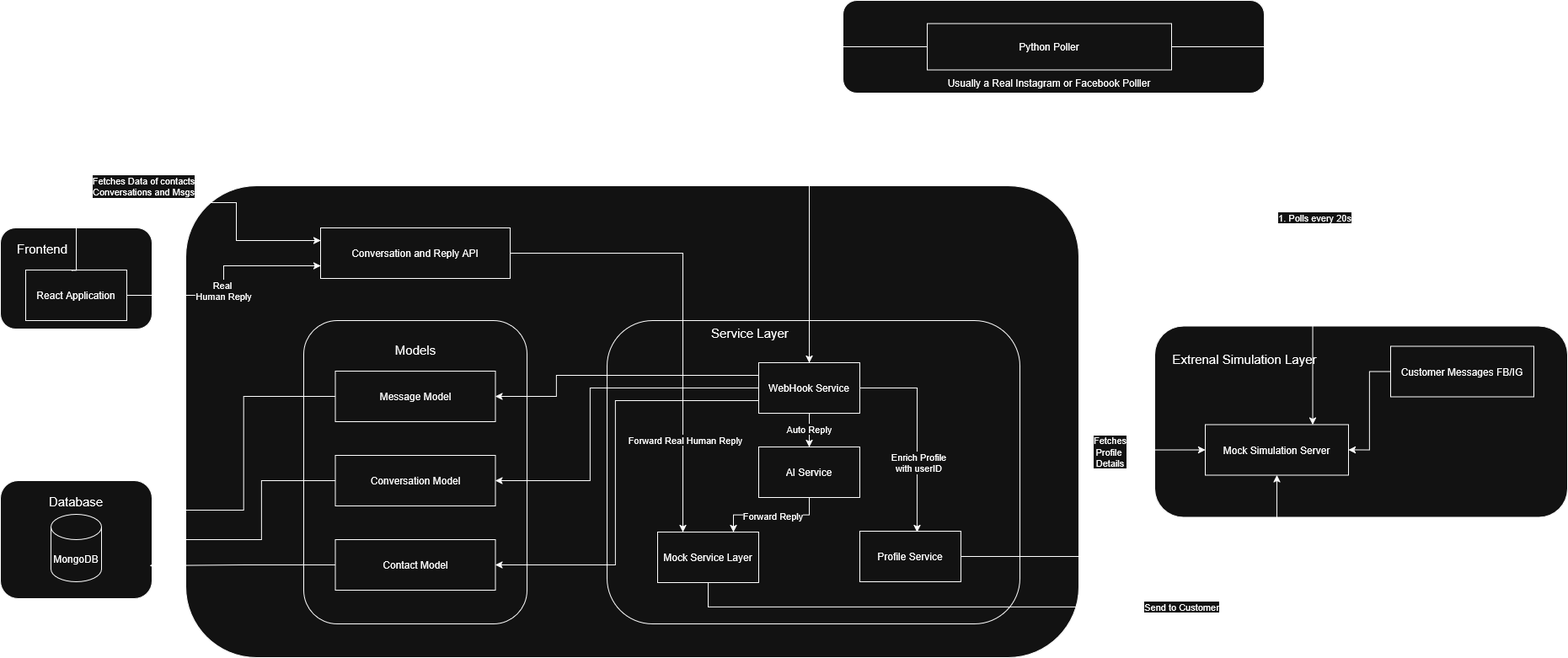
Above: docs/architecture.png in Praveen-kumar-Reddy-Idamakanti/Simple-CRM-Inbox (draw.io), before the change. Source tidied: cells renumbered, new cells last; positions are measured from the earlier drawing's top-left corner, leaving out a move shared by most shapes. Its diagram source:
```xml
<mxGraphModel>
  <root>
    <mxCell id="0" />
    <mxCell id="1" parent="0" />
    <mxCell id="2" style="group;fontSize=15;" parent="1" vertex="1">
      <mxGeometry y="270" width="180" height="120" as="geometry" />
    </mxCell>
    <mxCell id="3" style="rounded=1;whiteSpace=wrap;html=1;" parent="2" vertex="1">
      <mxGeometry width="180" height="120" as="geometry" />
    </mxCell>
    <mxCell id="4" value="&lt;div&gt;React Application&lt;/div&gt;" style="rounded=0;whiteSpace=wrap;html=1;" parent="2" vertex="1">
      <mxGeometry x="30" y="50" width="120" height="60" as="geometry" />
    </mxCell>
    <mxCell id="5" value="Frontend" style="text;html=1;whiteSpace=wrap;strokeColor=none;fillColor=none;align=center;verticalAlign=middle;rounded=0;fontSize=15;" parent="2" vertex="1">
      <mxGeometry x="20" y="10" width="60" height="30" as="geometry" />
    </mxCell>
    <mxCell id="6" style="group;" parent="1" vertex="1">
      <mxGeometry y="570" width="180" height="140" as="geometry" />
    </mxCell>
    <mxCell id="7" style="rounded=1;whiteSpace=wrap;html=1;" parent="6" vertex="1">
      <mxGeometry width="180" height="140" as="geometry" />
    </mxCell>
    <mxCell id="8" value="MongoDB" style="shape=cylinder3;whiteSpace=wrap;html=1;boundedLbl=1;backgroundOutline=1;size=15;" parent="6" vertex="1">
      <mxGeometry x="60" y="40" width="60" height="80" as="geometry" />
    </mxCell>
    <mxCell id="9" value="&lt;div&gt;Database&lt;/div&gt;" style="text;html=1;whiteSpace=wrap;strokeColor=none;fillColor=none;align=center;verticalAlign=middle;rounded=0;fontSize=15;" parent="6" vertex="1">
      <mxGeometry x="60" y="10" width="60" height="30" as="geometry" />
    </mxCell>
    <mxCell id="10" style="rounded=1;whiteSpace=wrap;html=1;" parent="1" vertex="1">
      <mxGeometry x="220" y="220" width="1060" height="560" as="geometry" />
    </mxCell>
    <mxCell id="11" style="group;fontSize=16;" parent="1" vertex="1">
      <mxGeometry x="360" y="380" width="265" height="360" as="geometry" />
    </mxCell>
    <mxCell id="12" style="rounded=1;whiteSpace=wrap;html=1;" parent="11" vertex="1">
      <mxGeometry width="265" height="360" as="geometry" />
    </mxCell>
    <mxCell id="13" value="Message Model" style="rounded=0;whiteSpace=wrap;html=1;" parent="11" vertex="1">
      <mxGeometry x="37.5" y="60" width="190" height="60" as="geometry" />
    </mxCell>
    <mxCell id="14" value="Conversation Model" style="rounded=0;whiteSpace=wrap;html=1;" parent="11" vertex="1">
      <mxGeometry x="37.5" y="160" width="190" height="60" as="geometry" />
    </mxCell>
    <mxCell id="15" value="Contact Model" style="rounded=0;whiteSpace=wrap;html=1;" parent="11" vertex="1">
      <mxGeometry x="37.5" y="260" width="190" height="60" as="geometry" />
    </mxCell>
    <mxCell id="16" value="Models" style="text;html=1;whiteSpace=wrap;strokeColor=none;fillColor=none;align=center;verticalAlign=middle;rounded=0;fontSize=15;" parent="11" vertex="1">
      <mxGeometry x="102.5" y="20" width="60" height="30" as="geometry" />
    </mxCell>
    <mxCell id="17" value="Conversation and Reply API" style="rounded=0;whiteSpace=wrap;html=1;" parent="1" vertex="1">
      <mxGeometry x="380" y="270" width="225" height="60" as="geometry" />
    </mxCell>
    <mxCell id="18" style="rounded=1;whiteSpace=wrap;html=1;" parent="1" vertex="1">
      <mxGeometry x="720" y="380" width="490" height="360" as="geometry" />
    </mxCell>
    <mxCell id="19" style="edgeStyle=orthogonalEdgeStyle;rounded=0;jettySize=auto;html=1;entryX=0.5;entryY=0;entryDx=0;entryDy=0;" parent="1" edge="1" source="24" target="28">
      <mxGeometry relative="1" as="geometry" />
    </mxCell>
    <mxCell id="20" value="Auto Reply" style="edgeLabel;html=1;align=center;verticalAlign=middle;" parent="19" vertex="1">
      <mxGeometry x="-0.08" y="-1" relative="1" as="geometry" />
    </mxCell>
    <mxCell id="21" style="edgeStyle=orthogonalEdgeStyle;rounded=0;jettySize=auto;html=1;exitX=0;exitY=0.25;exitDx=0;exitDy=0;entryX=1;entryY=0.5;entryDx=0;entryDy=0;" parent="1" edge="1" source="24" target="13">
      <mxGeometry relative="1" as="geometry">
        <Array as="points">
          <mxPoint x="660" y="445" />
          <mxPoint x="660" y="470" />
        </Array>
      </mxGeometry>
    </mxCell>
    <mxCell id="22" style="edgeStyle=orthogonalEdgeStyle;rounded=0;jettySize=auto;html=1;entryX=1;entryY=0.5;entryDx=0;entryDy=0;" parent="1" edge="1" source="24" target="14">
      <mxGeometry relative="1" as="geometry">
        <Array as="points">
          <mxPoint x="700" y="460" />
          <mxPoint x="700" y="570" />
        </Array>
      </mxGeometry>
    </mxCell>
    <mxCell id="23" style="edgeStyle=orthogonalEdgeStyle;rounded=0;jettySize=auto;html=1;exitX=0;exitY=0.75;exitDx=0;exitDy=0;entryX=1;entryY=0.5;entryDx=0;entryDy=0;" parent="1" edge="1" source="24" target="15">
      <mxGeometry relative="1" as="geometry">
        <Array as="points">
          <mxPoint x="730" y="475" />
          <mxPoint x="730" y="670" />
        </Array>
      </mxGeometry>
    </mxCell>
    <mxCell id="24" value="WebHook Service" style="rounded=0;whiteSpace=wrap;html=1;" parent="1" vertex="1">
      <mxGeometry x="900" y="430" width="120" height="60" as="geometry" />
    </mxCell>
    <mxCell id="25" value="&lt;font style=&quot;font-size: 15px;&quot;&gt;Service Layer&lt;/font&gt;" style="text;html=1;whiteSpace=wrap;strokeColor=none;fillColor=none;align=center;verticalAlign=middle;rounded=0;" parent="1" vertex="1">
      <mxGeometry x="830" y="380" width="120" height="30" as="geometry" />
    </mxCell>
    <mxCell id="26" style="edgeStyle=orthogonalEdgeStyle;rounded=0;jettySize=auto;html=1;entryX=0.75;entryY=0;entryDx=0;entryDy=0;" parent="1" edge="1" source="28" target="29">
      <mxGeometry relative="1" as="geometry" />
    </mxCell>
    <mxCell id="27" value="Forward Reply" style="edgeLabel;html=1;align=center;verticalAlign=middle;" parent="26" vertex="1">
      <mxGeometry x="0.12" y="1" relative="1" as="geometry">
        <mxPoint x="9" y="-1" as="offset" />
      </mxGeometry>
    </mxCell>
    <mxCell id="28" value="AI Service" style="rounded=0;whiteSpace=wrap;html=1;" parent="1" vertex="1">
      <mxGeometry x="900" y="530" width="120" height="60" as="geometry" />
    </mxCell>
    <mxCell id="29" value="Mock Service Layer" style="rounded=0;whiteSpace=wrap;html=1;" parent="1" vertex="1">
      <mxGeometry x="780" y="631" width="120" height="60" as="geometry" />
    </mxCell>
    <mxCell id="30" value="Profile Service" style="rounded=0;whiteSpace=wrap;html=1;" parent="1" vertex="1">
      <mxGeometry x="1020" y="630" width="120" height="60" as="geometry" />
    </mxCell>
    <mxCell id="31" style="group;fontSize=15;" parent="1" vertex="1">
      <mxGeometry x="1370" y="386.5" width="490" height="227" as="geometry" />
    </mxCell>
    <mxCell id="32" style="rounded=1;whiteSpace=wrap;html=1;" parent="31" vertex="1">
      <mxGeometry width="490" height="227" as="geometry" />
    </mxCell>
    <mxCell id="33" value="&lt;div&gt;Extrenal Simulation Layer&lt;/div&gt;" style="text;html=1;whiteSpace=wrap;strokeColor=none;fillColor=none;align=center;verticalAlign=middle;rounded=0;fontSize=15;" parent="31" vertex="1">
      <mxGeometry x="12" y="24" width="190" height="30" as="geometry" />
    </mxCell>
    <mxCell id="34" value="Mock Simulation Server" style="rounded=0;whiteSpace=wrap;html=1;" parent="31" vertex="1">
      <mxGeometry x="60" y="117" width="170" height="60" as="geometry" />
    </mxCell>
    <mxCell id="35" style="edgeStyle=orthogonalEdgeStyle;rounded=0;jettySize=auto;html=1;entryX=1;entryY=0.5;entryDx=0;entryDy=0;" parent="31" edge="1" source="36" target="34">
      <mxGeometry relative="1" as="geometry" />
    </mxCell>
    <mxCell id="36" value="Customer Messages FB/IG" style="rounded=0;whiteSpace=wrap;html=1;" parent="31" vertex="1">
      <mxGeometry x="280" y="24" width="170" height="60" as="geometry" />
    </mxCell>
    <mxCell id="37" style="group;" parent="1" vertex="1">
      <mxGeometry x="1000" width="500" height="112.5" as="geometry" />
    </mxCell>
    <mxCell id="38" style="rounded=1;whiteSpace=wrap;html=1;" parent="37" vertex="1">
      <mxGeometry width="500" height="110" as="geometry" />
    </mxCell>
    <mxCell id="39" value="Python Poller" style="rounded=0;whiteSpace=wrap;html=1;" parent="37" vertex="1">
      <mxGeometry x="100" y="27.5" width="290" height="55" as="geometry" />
    </mxCell>
    <mxCell id="40" value="Usually a Real Instagram or Facebook Polller" style="text;html=1;whiteSpace=wrap;strokeColor=none;fillColor=none;align=center;verticalAlign=middle;rounded=0;" parent="37" vertex="1">
      <mxGeometry x="105" y="82.5" width="280" height="30" as="geometry" />
    </mxCell>
    <mxCell id="41" style="edgeStyle=orthogonalEdgeStyle;rounded=0;jettySize=auto;html=1;entryX=0.5;entryY=0;entryDx=0;entryDy=0;" parent="1" edge="1" source="39" target="24">
      <mxGeometry relative="1" as="geometry" />
    </mxCell>
    <mxCell id="42" style="edgeStyle=orthogonalEdgeStyle;rounded=0;jettySize=auto;html=1;exitX=1;exitY=0.5;exitDx=0;exitDy=0;entryX=0.75;entryY=0;entryDx=0;entryDy=0;" parent="1" edge="1" source="39" target="34">
      <mxGeometry relative="1" as="geometry" />
    </mxCell>
    <mxCell id="43" value="1. Polls every 20s" style="edgeLabel;html=1;align=center;verticalAlign=middle;" parent="42" vertex="1">
      <mxGeometry x="0.2" y="2" relative="1" as="geometry">
        <mxPoint x="-1" as="offset" />
      </mxGeometry>
    </mxCell>
    <mxCell id="44" style="edgeStyle=orthogonalEdgeStyle;rounded=0;jettySize=auto;html=1;entryX=0;entryY=0.5;entryDx=0;entryDy=0;" parent="1" edge="1" source="30" target="34">
      <mxGeometry relative="1" as="geometry">
        <Array as="points">
          <mxPoint x="1310" y="660" />
          <mxPoint x="1310" y="534" />
        </Array>
      </mxGeometry>
    </mxCell>
    <mxCell id="45" value="&lt;div&gt;Fetches&lt;/div&gt;&lt;div&gt;Profile&amp;nbsp;&lt;/div&gt;&lt;div&gt;Details&lt;/div&gt;" style="edgeLabel;html=1;align=center;verticalAlign=middle;" parent="44" vertex="1">
      <mxGeometry x="0.45" y="-1" relative="1" as="geometry" />
    </mxCell>
    <mxCell id="46" style="edgeStyle=orthogonalEdgeStyle;rounded=0;jettySize=auto;html=1;entryX=0.5;entryY=1;entryDx=0;entryDy=0;" parent="1" edge="1" source="29" target="34">
      <mxGeometry relative="1" as="geometry">
        <Array as="points">
          <mxPoint x="840" y="720" />
          <mxPoint x="1515" y="720" />
        </Array>
      </mxGeometry>
    </mxCell>
    <mxCell id="47" value="&lt;div&gt;Send to Customer&lt;/div&gt;" style="edgeLabel;html=1;align=center;verticalAlign=middle;" parent="46" vertex="1">
      <mxGeometry x="0.37" y="1" relative="1" as="geometry" />
    </mxCell>
    <mxCell id="48" style="edgeStyle=orthogonalEdgeStyle;rounded=0;jettySize=auto;html=1;entryX=0.566;entryY=0.017;entryDx=0;entryDy=0;entryPerimeter=0;" parent="1" edge="1" source="24" target="30">
      <mxGeometry relative="1" as="geometry">
        <Array as="points">
          <mxPoint x="1088" y="460" />
        </Array>
      </mxGeometry>
    </mxCell>
    <mxCell id="49" value="Enrich Profile&lt;br&gt;with userID" style="edgeLabel;html=1;align=center;verticalAlign=middle;" parent="48" vertex="1">
      <mxGeometry x="0.31" y="1" relative="1" as="geometry" />
    </mxCell>
    <mxCell id="50" style="edgeStyle=orthogonalEdgeStyle;rounded=0;jettySize=auto;html=1;entryX=0.25;entryY=0;entryDx=0;entryDy=0;" parent="1" edge="1" source="17" target="29">
      <mxGeometry relative="1" as="geometry" />
    </mxCell>
    <mxCell id="51" value="Forward Real Human Reply" style="edgeLabel;html=1;align=center;verticalAlign=middle;" parent="50" vertex="1">
      <mxGeometry x="0.59" y="2" relative="1" as="geometry" />
    </mxCell>
    <mxCell id="52" style="edgeStyle=orthogonalEdgeStyle;rounded=0;jettySize=auto;html=1;entryX=0;entryY=0.25;entryDx=0;entryDy=0;exitX=0.454;exitY=0.007;exitDx=0;exitDy=0;exitPerimeter=0;" parent="1" edge="1" source="4" target="17">
      <mxGeometry relative="1" as="geometry">
        <Array as="points">
          <mxPoint x="90" y="320" />
          <mxPoint x="90" y="240" />
          <mxPoint x="280" y="240" />
          <mxPoint x="280" y="285" />
        </Array>
      </mxGeometry>
    </mxCell>
    <mxCell id="53" value="Fetches Data of contacts&lt;br&gt;Conversations and Msgs" style="edgeLabel;html=1;align=center;verticalAlign=middle;" parent="52" vertex="1">
      <mxGeometry x="0.32" y="2" relative="1" as="geometry">
        <mxPoint x="-113" y="-22" as="offset" />
      </mxGeometry>
    </mxCell>
    <mxCell id="54" style="edgeStyle=orthogonalEdgeStyle;rounded=0;jettySize=auto;html=1;exitX=1;exitY=0.5;exitDx=0;exitDy=0;entryX=0;entryY=0.75;entryDx=0;entryDy=0;" parent="1" edge="1" source="4" target="17">
      <mxGeometry relative="1" as="geometry" />
    </mxCell>
    <mxCell id="55" value="&lt;div&gt;Real&amp;nbsp;&lt;/div&gt;&lt;div&gt;Human Reply&lt;/div&gt;" style="edgeLabel;html=1;align=center;verticalAlign=middle;" parent="54" vertex="1">
      <mxGeometry x="-0.32" y="-1" relative="1" as="geometry">
        <mxPoint x="24" y="-7" as="offset" />
      </mxGeometry>
    </mxCell>
    <mxCell id="56" style="edgeStyle=orthogonalEdgeStyle;rounded=0;jettySize=auto;html=1;entryX=1;entryY=0.25;entryDx=0;entryDy=0;" parent="1" edge="1" source="13" target="7">
      <mxGeometry relative="1" as="geometry" />
    </mxCell>
    <mxCell id="57" style="edgeStyle=orthogonalEdgeStyle;rounded=0;jettySize=auto;html=1;entryX=1;entryY=0.5;entryDx=0;entryDy=0;" parent="1" edge="1" source="14" target="7">
      <mxGeometry relative="1" as="geometry">
        <Array as="points">
          <mxPoint x="310" y="570" />
          <mxPoint x="310" y="640" />
        </Array>
      </mxGeometry>
    </mxCell>
    <mxCell id="58" style="edgeStyle=orthogonalEdgeStyle;rounded=0;jettySize=auto;html=1;entryX=0.984;entryY=0.721;entryDx=0;entryDy=0;entryPerimeter=0;" parent="1" edge="1" source="15" target="7">
      <mxGeometry relative="1" as="geometry" />
    </mxCell>
  </root>
</mxGraphModel>
```
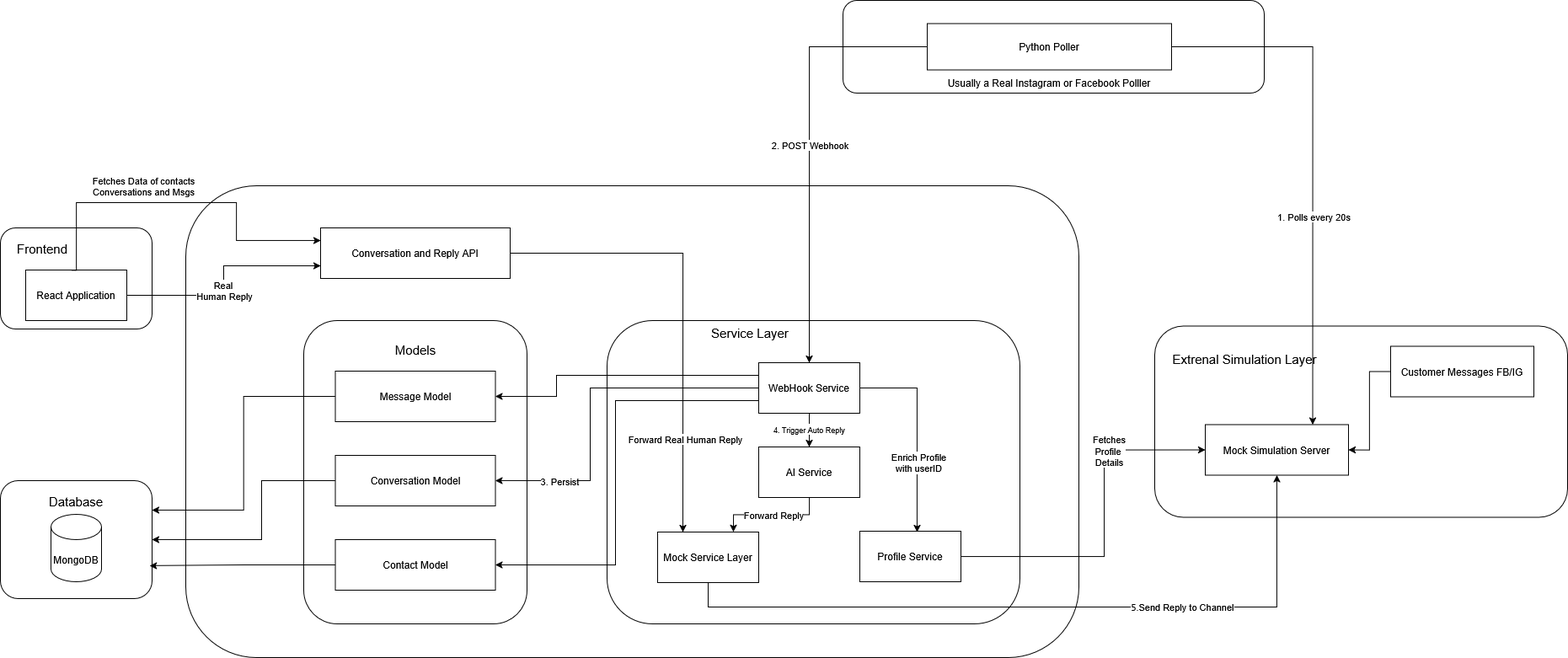
After the commit.

Commit message:
imporved architecture diagram

Diff of the diagram source:
```diff
@@ -56,7 +56,7 @@
     <mxCell id="19" style="edgeStyle=orthogonalEdgeStyle;rounded=0;jettySize=auto;html=1;entryX=0.5;entryY=0;entryDx=0;entryDy=0;" parent="1" edge="1" source="24" target="28">
       <mxGeometry relative="1" as="geometry" />
     </mxCell>
-    <mxCell id="20" value="Auto Reply" style="edgeLabel;html=1;align=center;verticalAlign=middle;" parent="19" vertex="1">
+    <mxCell id="20" value="&lt;font style=&quot;font-size: 9px;&quot;&gt;4️. Trigger Auto Reply&lt;/font&gt;" style="edgeLabel;html=1;align=center;verticalAlign=middle;" parent="19" vertex="1">
       <mxGeometry x="-0.08" y="-1" relative="1" as="geometry" />
     </mxCell>
     <mxCell id="21" style="edgeStyle=orthogonalEdgeStyle;rounded=0;jettySize=auto;html=1;exitX=0;exitY=0.25;exitDx=0;exitDy=0;entryX=1;entryY=0.5;entryDx=0;entryDy=0;" parent="1" edge="1" source="24" target="13">
@@ -75,6 +75,11 @@
         </Array>
       </mxGeometry>
     </mxCell>
+    <mxCell id="59" value="&lt;font style=&quot;font-size: 11px;&quot;&gt;3. Persist&lt;/font&gt;" style="edgeLabel;html=1;align=center;verticalAlign=middle;fontSize=7;" parent="22" vertex="1">
+      <mxGeometry x="0.74" y="2" relative="1" as="geometry">
+        <mxPoint x="20" y="-2" as="offset" />
+      </mxGeometry>
+    </mxCell>
     <mxCell id="23" style="edgeStyle=orthogonalEdgeStyle;rounded=0;jettySize=auto;html=1;exitX=0;exitY=0.75;exitDx=0;exitDy=0;entryX=1;entryY=0.5;entryDx=0;entryDy=0;" parent="1" edge="1" source="24" target="15">
       <mxGeometry relative="1" as="geometry">
         <Array as="points">
@@ -139,6 +144,9 @@
     <mxCell id="41" style="edgeStyle=orthogonalEdgeStyle;rounded=0;jettySize=auto;html=1;entryX=0.5;entryY=0;entryDx=0;entryDy=0;" parent="1" edge="1" source="39" target="24">
       <mxGeometry relative="1" as="geometry" />
     </mxCell>
+    <mxCell id="60" value="2. POST Webhook" style="edgeLabel;html=1;align=center;verticalAlign=middle;" parent="41" vertex="1">
+      <mxGeometry relative="1" as="geometry" />
+    </mxCell>
     <mxCell id="42" style="edgeStyle=orthogonalEdgeStyle;rounded=0;jettySize=auto;html=1;exitX=1;exitY=0.5;exitDx=0;exitDy=0;entryX=0.75;entryY=0;entryDx=0;entryDy=0;" parent="1" edge="1" source="39" target="34">
       <mxGeometry relative="1" as="geometry" />
     </mxCell>
@@ -166,7 +174,7 @@
         </Array>
       </mxGeometry>
     </mxCell>
-    <mxCell id="47" value="&lt;div&gt;Send to Customer&lt;/div&gt;" style="edgeLabel;html=1;align=center;verticalAlign=middle;" parent="46" vertex="1">
+    <mxCell id="47" value="&lt;div&gt;5️.Send Reply to Channel&lt;/div&gt;" style="edgeLabel;html=1;align=center;verticalAlign=middle;" parent="46" vertex="1">
       <mxGeometry x="0.37" y="1" relative="1" as="geometry" />
     </mxCell>
     <mxCell id="48" style="edgeStyle=orthogonalEdgeStyle;rounded=0;jettySize=auto;html=1;entryX=0.566;entryY=0.017;entryDx=0;entryDy=0;entryPerimeter=0;" parent="1" edge="1" source="24" target="30">
```
